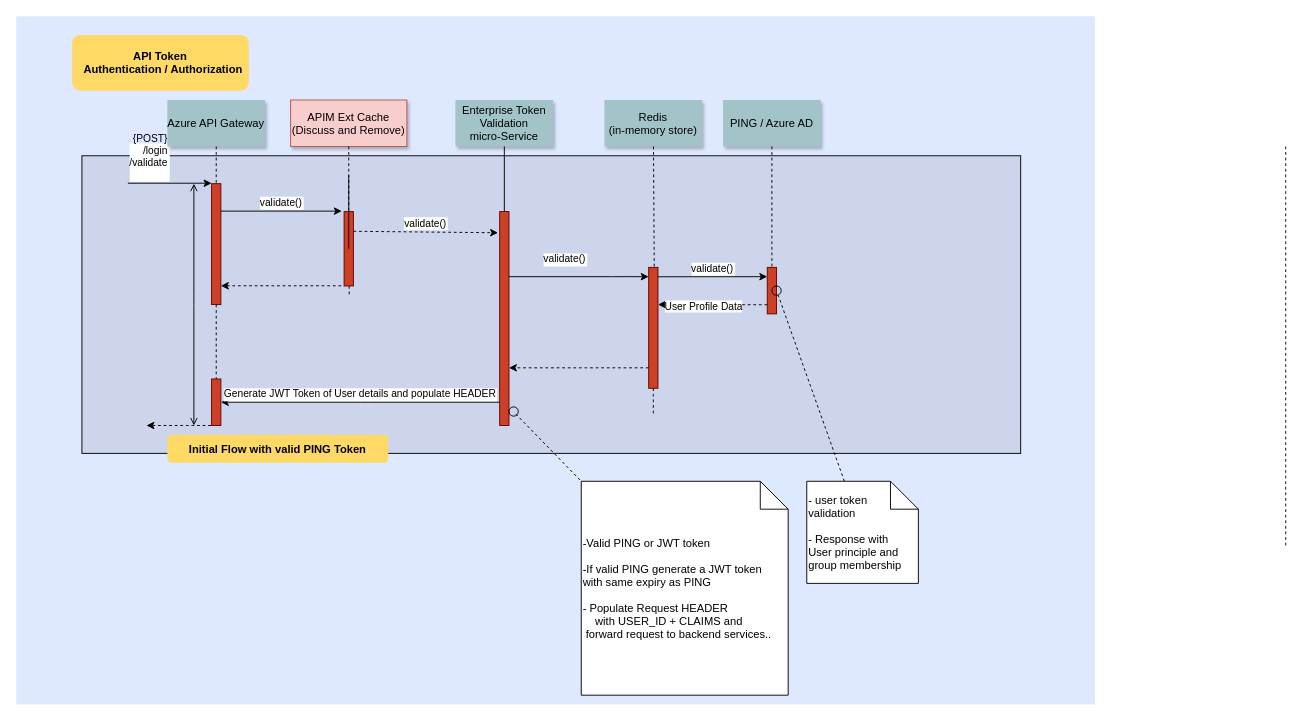
Earlier version of the draw.io diagram page "Azure APIM Flow" (3 of 12) of Micro service Auth/Authorization.drawio (neio100/orange). Source tidied: cells renumbered, new cells numbered last; positions are measured from the earlier drawing's top-left corner, leaving out a move shared by most shapes. Both pictures are drawn from the tidied source at 93%, with x=0, y=0 at pixel (16, 16).
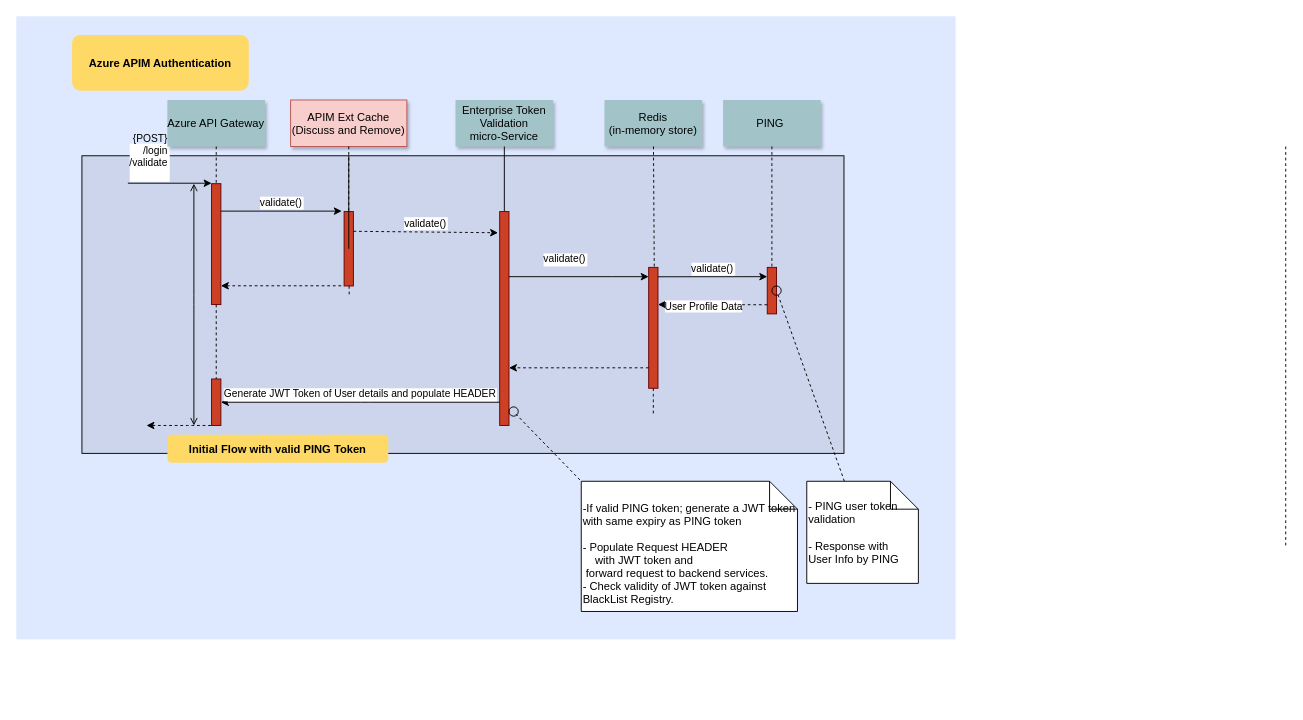
After the change.

The edit, as a diff of the source:
```diff
@@
     <mxCell id="2" style="fillColor=#DEE8FF;strokeColor=none;" parent="1" vertex="1">
-      <mxGeometry width="1160" height="740" as="geometry" />
+      <mxGeometry width="1010" height="670" as="geometry" />
     </mxCell>
     <mxCell id="3" style="fillColor=#CCD5EB;" parent="1" vertex="1">
-      <mxGeometry x="70.6" y="150" width="1009.4" height="320" as="geometry" />
+      <mxGeometry x="70.6" y="150" width="819.4" height="320" as="geometry" />
     </mxCell>
@@
-    <mxCell id="20" value="PING / Azure AD" style="shadow=1;fillColor=#A2C4C9;strokeColor=none;" parent="1" vertex="1">
+    <mxCell id="20" value="PING " style="shadow=1;fillColor=#A2C4C9;strokeColor=none;" parent="1" vertex="1">
       <mxGeometry x="760" y="90" width="105" height="50" as="geometry" />
     </mxCell>
@@
-    <mxCell id="30" value=" - user token&#10; validation&#10;&#10; - Response with &#10;User principle and &#10;group membership" style="shape=note;align=left;" parent="1" vertex="1">
+    <mxCell id="30" value=" - PING user token&#10; validation&#10;&#10; - Response with &#10;User Info by PING" style="shape=note;align=left;" parent="1" vertex="1">
       <mxGeometry x="850" y="500" width="120" height="109.8" as="geometry" />
     </mxCell>
@@
-    <mxCell id="39" value="API Token&#10;  Authentication / Authorization" style="rounded=1;fontStyle=1;fillColor=#FFD966;strokeColor=none;" parent="1" vertex="1">
+    <mxCell id="39" value="Azure APIM Authentication" style="rounded=1;fontStyle=1;fillColor=#FFD966;strokeColor=none;" parent="1" vertex="1">
       <mxGeometry x="60" y="20" width="190" height="60" as="geometry" />
     </mxCell>
@@
-    <mxCell id="41" value="&#10;-Valid PING or JWT token &#10;&#10;-If valid PING generate a JWT token &#10;with same expiry as PING&#10;&#10;- Populate Request HEADER &#10;    with USER_ID + CLAIMS and&#10; forward request to backend services..&#10;" style="shape=note;align=left;" parent="1" vertex="1">
-      <mxGeometry x="607.5" y="500" width="222.5" height="230" as="geometry" />
+    <mxCell id="41" value="&#10;&#10;-If valid PING token; generate a JWT token &#10;with same expiry as PING token&#10;&#10;- Populate Request HEADER &#10;    with JWT token and&#10; forward request to backend services.&#10;- Check validity of JWT token against &#10;BlackList Registry.&#10;" style="shape=note;align=left;" parent="1" vertex="1">
+      <mxGeometry x="607.5" y="500" width="232.5" height="140" as="geometry" />
     </mxCell>
```
